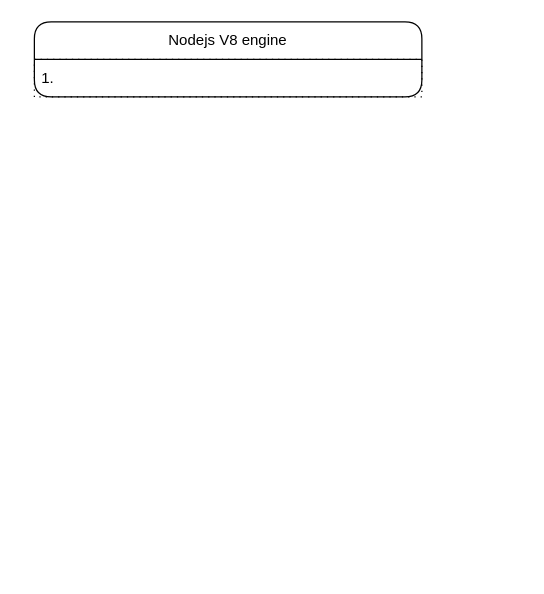
Earlier version of the draw.io diagram jsANDts/nodejs/nodejs-v8-engine/nodejs-v8-engine.dio (knkrn5/Programming-Concepts). Source tidied: cells renumbered, new cells numbered last; positions are measured from the earlier drawing's top-left corner, leaving out a move shared by most shapes. Both pictures are drawn from the tidied source at 125%, with x=0, y=0 at pixel (34, 21).
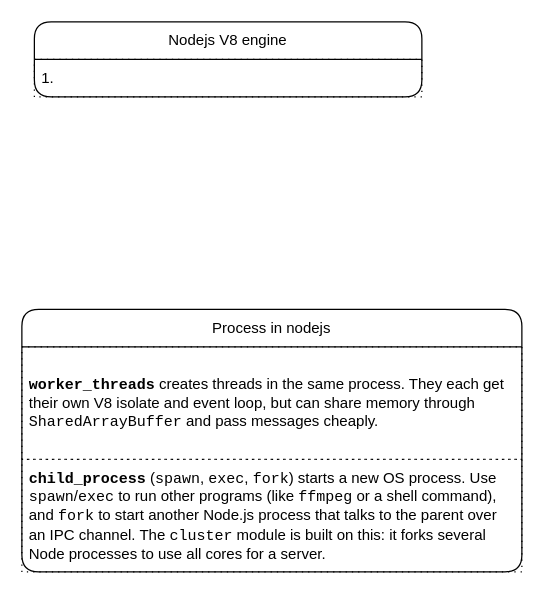
The same page after the edit.

What changed in the source:
```diff
@@
 <mxGraphModel background="light-dark(#ffffff, #121212)">
   <root>
     <mxCell id="0" />
     <mxCell id="1" parent="0" />
     <mxCell id="2" value="Nodejs V8 engine" style="swimlane;fontStyle=0;horizontal=1;startSize=30;whiteSpace=wrap;html=1;rounded=1;roundedPerimeter=1;" parent="1" vertex="1">
       <mxGeometry width="310" height="60" as="geometry" />
     </mxCell>
     <mxCell id="3" value="1.&amp;nbsp;" style="text;strokeColor=default;fillColor=none;align=left;verticalAlign=middle;spacingLeft=4;spacingRight=4;overflow=hidden;whiteSpace=wrap;html=1;dashed=1;dashPattern=1 4;" parent="2" vertex="1">
       <mxGeometry y="30" width="310" height="30" as="geometry" />
     </mxCell>
+    <mxCell id="4" value="Process in nodejs" style="swimlane;fontStyle=0;horizontal=1;startSize=30;whiteSpace=wrap;html=1;rounded=1;roundedPerimeter=1;" parent="1" vertex="1">
+      <mxGeometry x="-10" y="230" width="400" height="210" as="geometry" />
+    </mxCell>
+    <mxCell id="5" value="&lt;strong&gt;&lt;code dir=&quot;ltr&quot;&gt;worker_threads&lt;/code&gt;&lt;/strong&gt; creates threads in the same process. They each get their own V8 isolate and event loop, but can share memory through &lt;code dir=&quot;ltr&quot;&gt;SharedArrayBuffer&lt;/code&gt; and pass messages cheaply." style="text;strokeColor=default;fillColor=none;align=left;verticalAlign=middle;spacingLeft=4;spacingRight=4;overflow=hidden;whiteSpace=wrap;html=1;dashed=1;dashPattern=1 4;" parent="4" vertex="1">
+      <mxGeometry y="30" width="400" height="90" as="geometry" />
+    </mxCell>
+    <mxCell id="6" value="&lt;strong&gt;&lt;code dir=&quot;ltr&quot;&gt;child_process&lt;/code&gt;&lt;/strong&gt; (&lt;code dir=&quot;ltr&quot;&gt;spawn&lt;/code&gt;, &lt;code dir=&quot;ltr&quot;&gt;exec&lt;/code&gt;, &lt;code dir=&quot;ltr&quot;&gt;fork&lt;/code&gt;) starts a new OS process. Use &lt;code dir=&quot;ltr&quot;&gt;spawn&lt;/code&gt;/&lt;code dir=&quot;ltr&quot;&gt;exec&lt;/code&gt; to run other programs (like &lt;code dir=&quot;ltr&quot;&gt;ffmpeg&lt;/code&gt; or a shell command), and &lt;code dir=&quot;ltr&quot;&gt;fork&lt;/code&gt; to start another Node.js process that talks to the parent over an IPC channel. The &lt;code dir=&quot;ltr&quot;&gt;cluster&lt;/code&gt; module is built on this: it forks several Node processes to use all cores for a server." style="text;strokeColor=default;fillColor=none;align=left;verticalAlign=middle;spacingLeft=4;spacingRight=4;overflow=hidden;whiteSpace=wrap;html=1;dashed=1;dashPattern=1 4;" parent="4" vertex="1">
+      <mxGeometry y="120" width="400" height="90" as="geometry" />
+    </mxCell>
   </root>
 </mxGraphModel>
```
